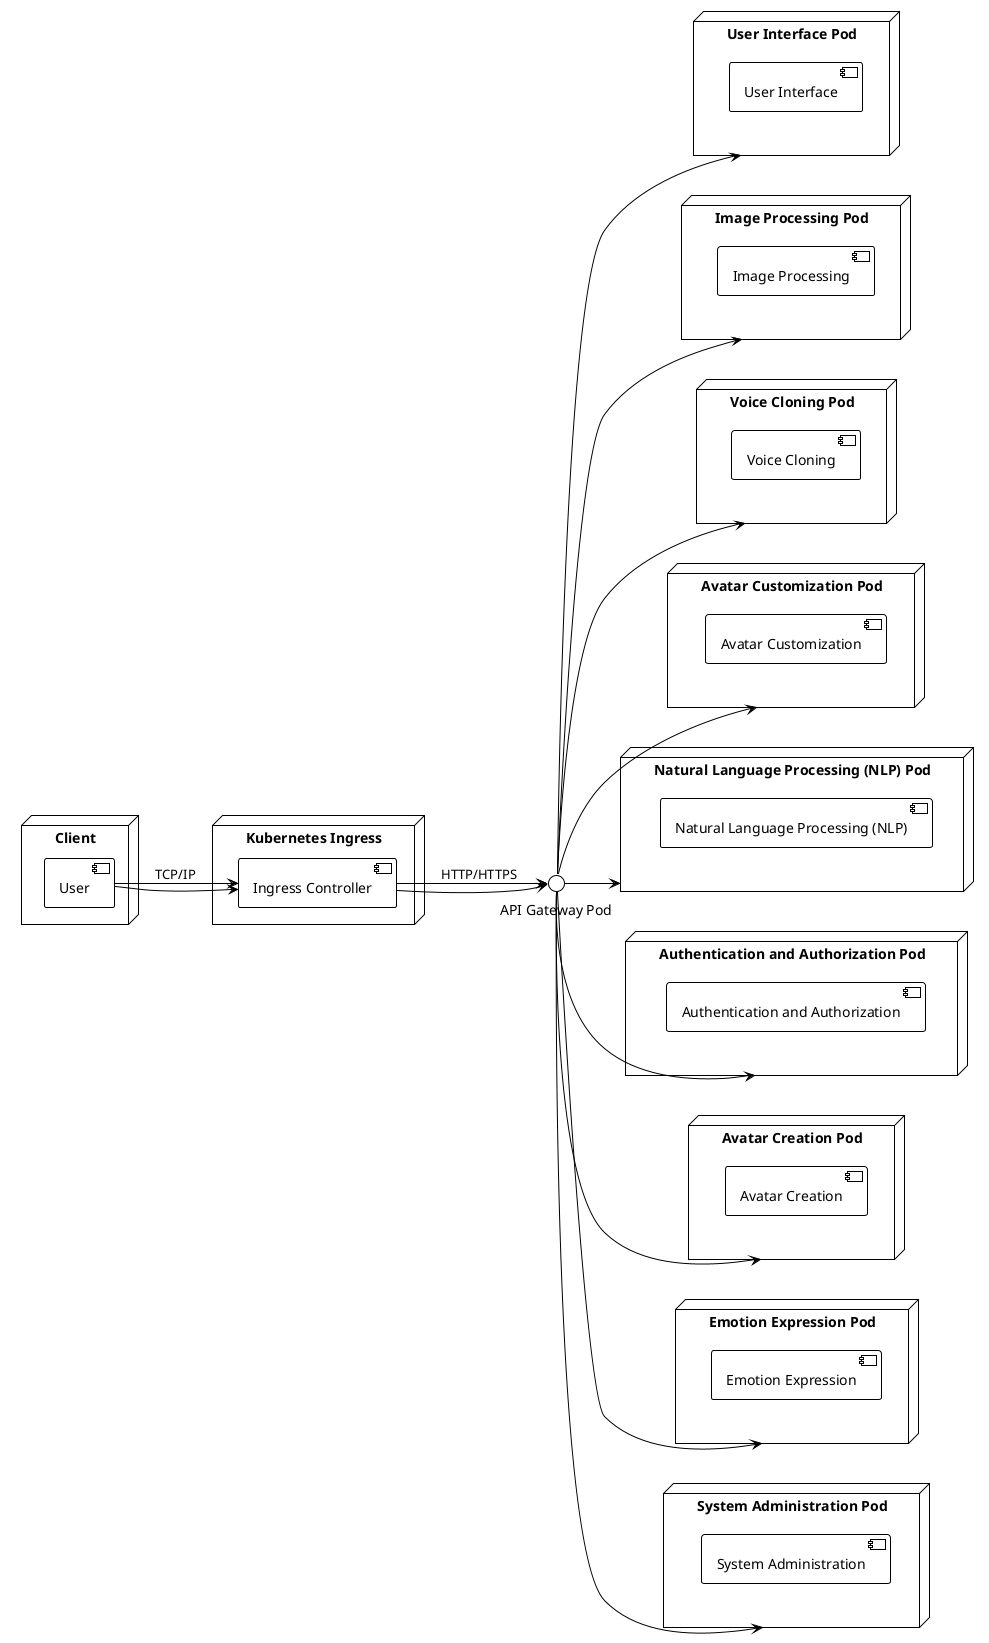
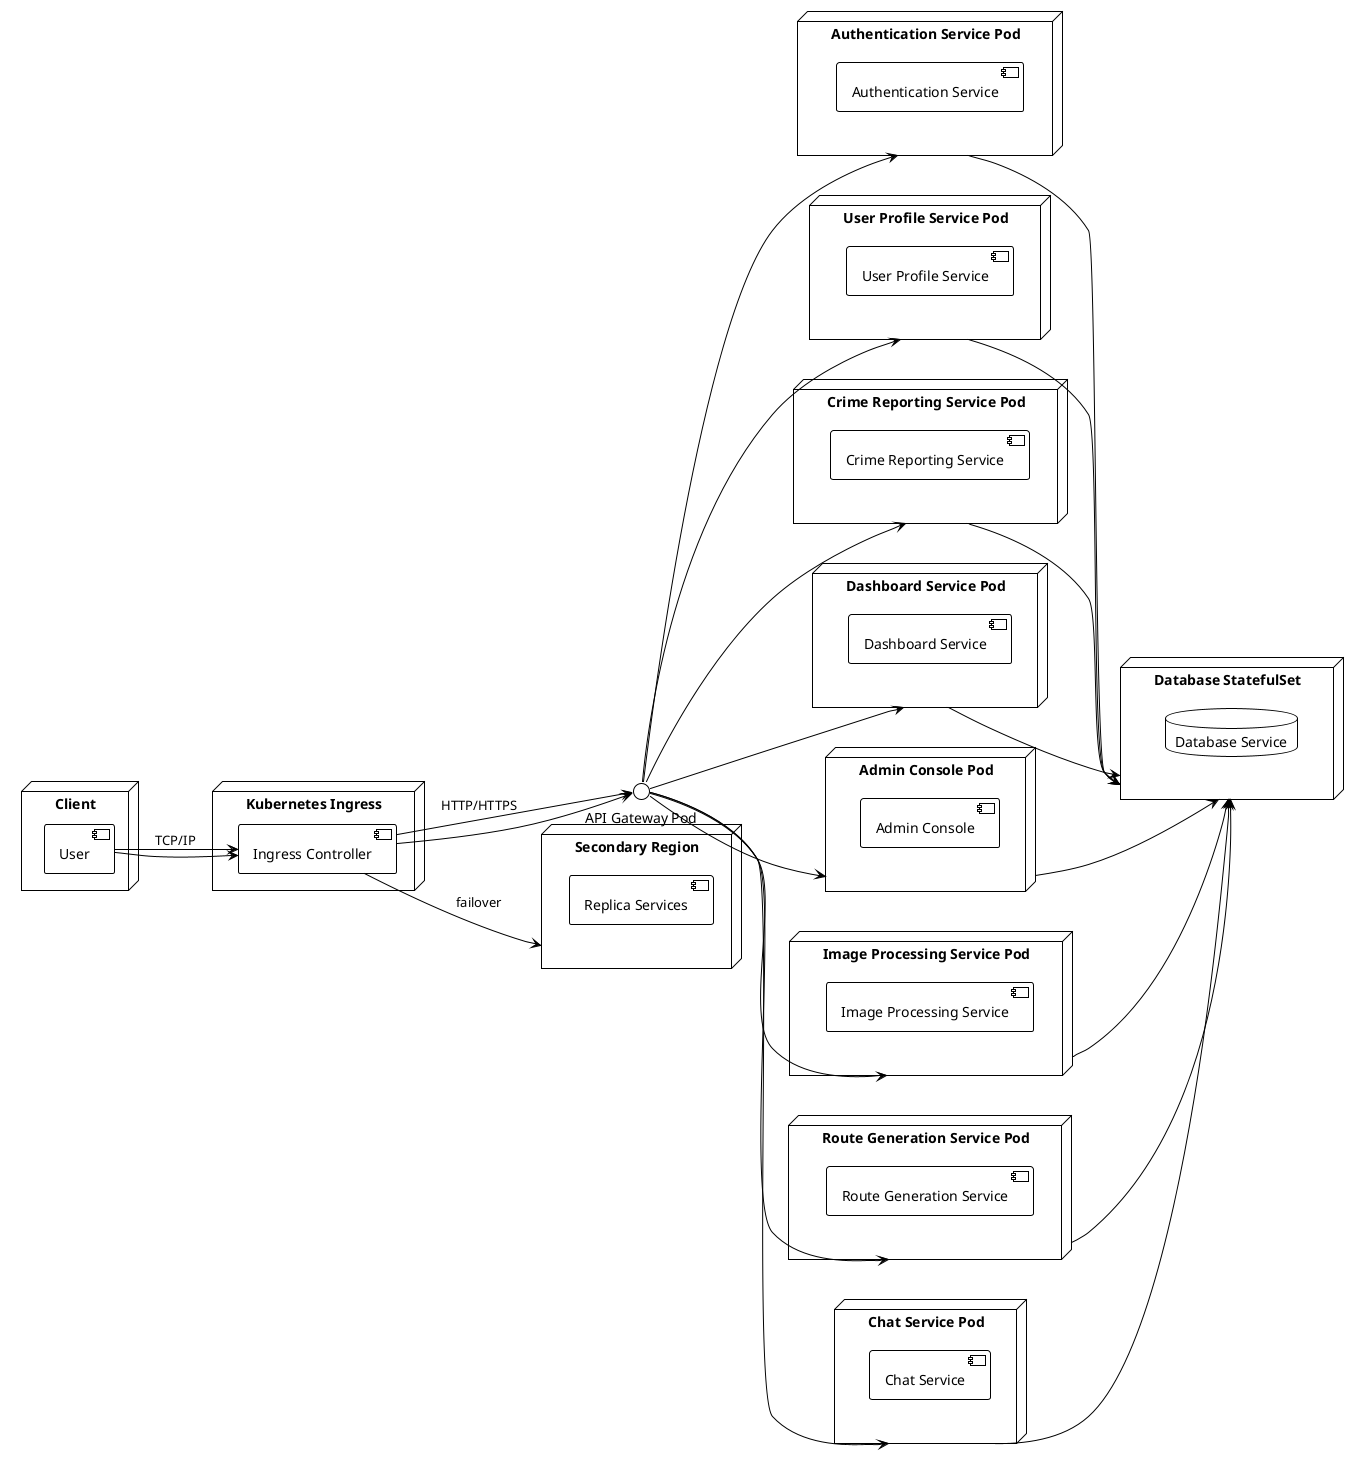
@startuml
!theme plain
left to right direction
node "Client" {
  component "User"
}
node "Kubernetes Ingress" {
  component "Ingress Controller"
}
- node "User Interface Pod" {
-   component "User Interface"
+ node "Authentication Service Pod" {
+   component "Authentication Service"
}
- node "Image Processing Pod" {
-   component "Image Processing"
+ node "User Profile Service Pod" {
+   component "User Profile Service"
}
- node "Voice Cloning Pod" {
-   component "Voice Cloning"
+ node "Crime Reporting Service Pod" {
+   component "Crime Reporting Service"
}
- node "Avatar Customization Pod" {
-   component "Avatar Customization"
+ node "Dashboard Service Pod" {
+   component "Dashboard Service"
}
- node "Natural Language Processing (NLP) Pod" {
-   component "Natural Language Processing (NLP)"
+ node "Admin Console Pod" {
+   component "Admin Console"
}
- node "Authentication and Authorization Pod" {
-   component "Authentication and Authorization"
+ node "Image Processing Service Pod" {
+   component "Image Processing Service"
}
- node "Avatar Creation Pod" {
-   component "Avatar Creation"
+ node "Route Generation Service Pod" {
+   component "Route Generation Service"
}
- node "Emotion Expression Pod" {
-   component "Emotion Expression"
+ node "Chat Service Pod" {
+   component "Chat Service"
}
- node "System Administration Pod" {
-   component "System Administration"
+ node "Database StatefulSet" {
+   database "Database Service"
}
"User" --> "Ingress Controller" : TCP/IP
"Ingress Controller" --> "API Gateway Pod" : HTTP/HTTPS
"User" --> "Ingress Controller"
"Ingress Controller" --> "API Gateway Pod"
- "API Gateway Pod" --> "User Interface Pod"
- "API Gateway Pod" --> "Image Processing Pod"
- "API Gateway Pod" --> "Voice Cloning Pod"
- "API Gateway Pod" --> "Avatar Customization Pod"
- "API Gateway Pod" --> "Natural Language Processing (NLP) Pod"
- "API Gateway Pod" --> "Authentication and Authorization Pod"
- "API Gateway Pod" --> "Avatar Creation Pod"
- "API Gateway Pod" --> "Emotion Expression Pod"
- "API Gateway Pod" --> "System Administration Pod"
+ "API Gateway Pod" --> "Authentication Service Pod"
+ "API Gateway Pod" --> "User Profile Service Pod"
+ "API Gateway Pod" --> "Crime Reporting Service Pod"
+ "API Gateway Pod" --> "Dashboard Service Pod"
+ "API Gateway Pod" --> "Admin Console Pod"
+ "API Gateway Pod" --> "Image Processing Service Pod"
+ "API Gateway Pod" --> "Route Generation Service Pod"
+ "API Gateway Pod" --> "Chat Service Pod"
+ "Authentication Service Pod" --> "Database StatefulSet"
+ "User Profile Service Pod" --> "Database StatefulSet"
+ "Crime Reporting Service Pod" --> "Database StatefulSet"
+ "Dashboard Service Pod" --> "Database StatefulSet"
+ "Admin Console Pod" --> "Database StatefulSet"
+ "Image Processing Service Pod" --> "Database StatefulSet"
+ "Route Generation Service Pod" --> "Database StatefulSet"
+ "Chat Service Pod" --> "Database StatefulSet"
+ node "Secondary Region" {
+   component "Replica Services"
+ }
+ "Ingress Controller" --> "Secondary Region" : failover
@enduml